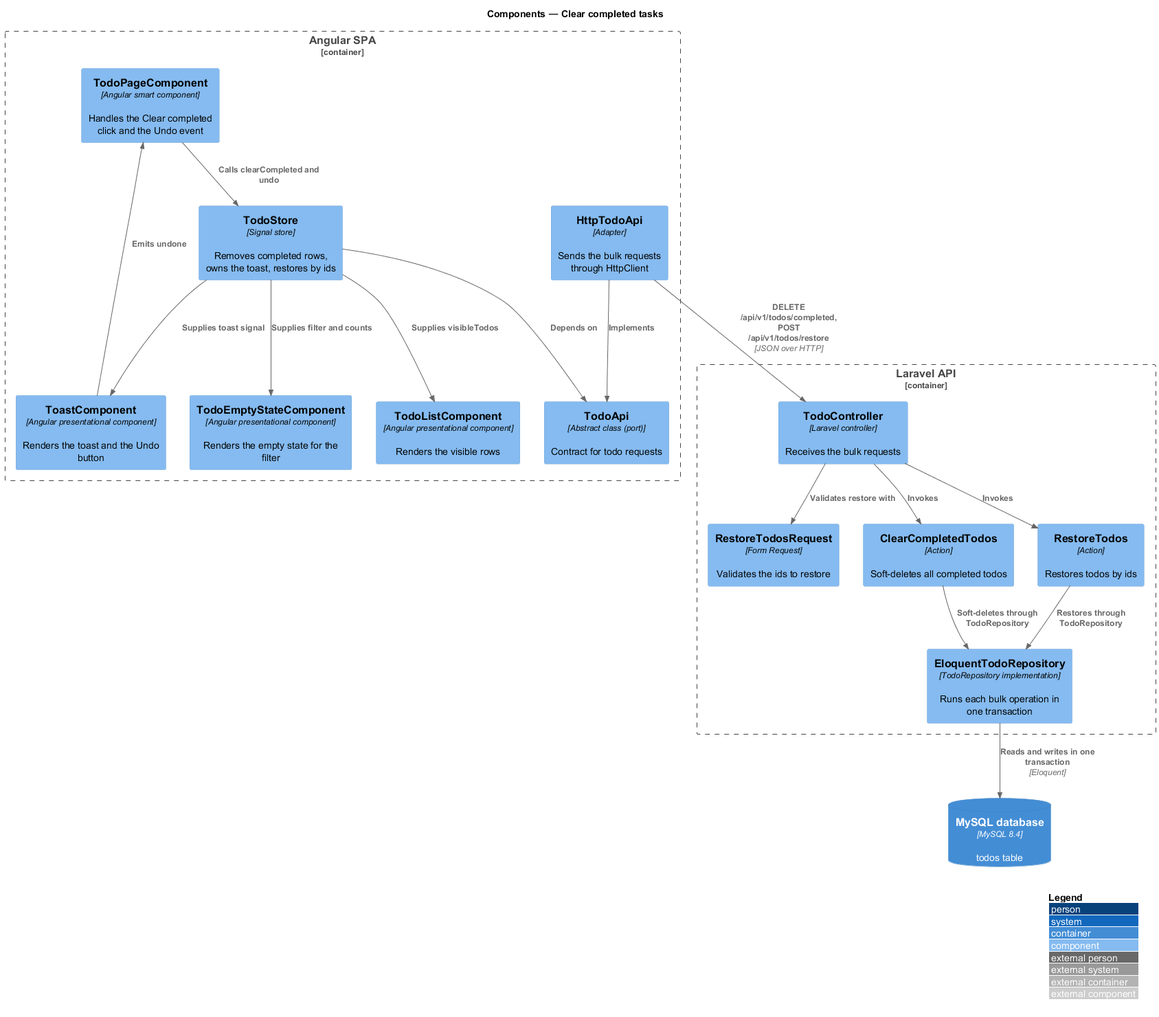
Earlier version of the PlantUML export docs/detailed-designs/task-removal/clear-completed-tasks/diagrams/c4-component.png (QuinntyneBrown/php-todo-lab).
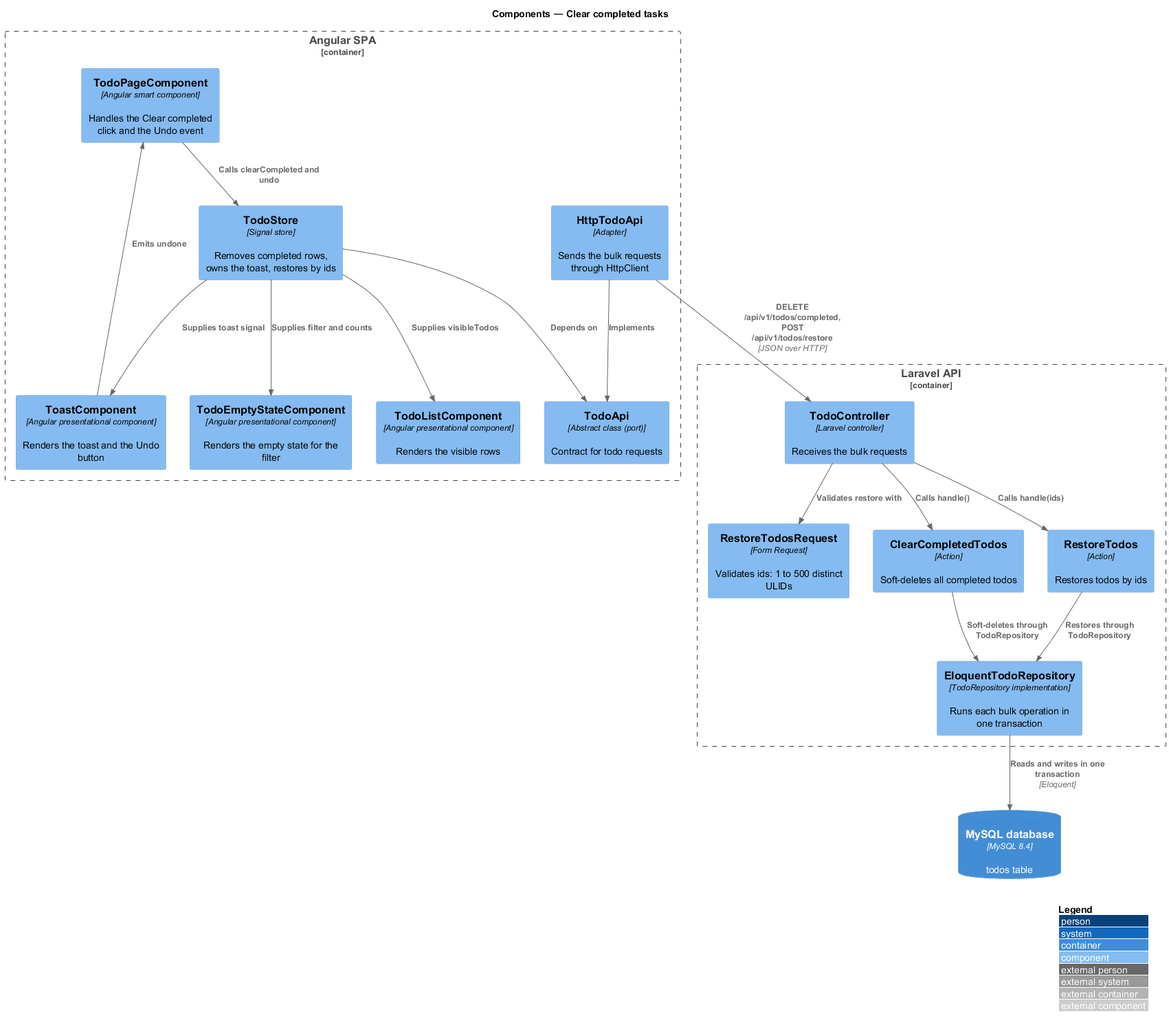
The same diagram one commit later.

Diff of the diagram source:
```diff
@@ -14,7 +14,7 @@
 }
 Container_Boundary(api, "Laravel API") {
   Component(ctrl, "TodoController", "Laravel controller", "Receives the bulk requests")
-  Component(req, "RestoreTodosRequest", "Form Request", "Validates the ids to restore")
+  Component(req, "RestoreTodosRequest", "Form Request", "Validates ids: 1 to 500 distinct ULIDs")
   Component(clear, "ClearCompletedTodos", "Action", "Soft-deletes all completed todos")
   Component(restore, "RestoreTodos", "Action", "Restores todos by ids")
   Component(repo, "EloquentTodoRepository", "TodoRepository implementation", "Runs each bulk operation in one transaction")
@@ -30,8 +30,8 @@
 Rel(http, port, "Implements")
 Rel(http, ctrl, "DELETE /api/v1/todos/completed, POST /api/v1/todos/restore", "JSON over HTTP")
 Rel(ctrl, req, "Validates restore with")
-Rel(ctrl, clear, "Invokes")
-Rel(ctrl, restore, "Invokes")
+Rel(ctrl, clear, "Calls handle()")
+Rel(ctrl, restore, "Calls handle(ids)")
 Rel(clear, repo, "Soft-deletes through TodoRepository")
 Rel(restore, repo, "Restores through TodoRepository")
 Rel(repo, db, "Reads and writes in one transaction", "Eloquent")
```
